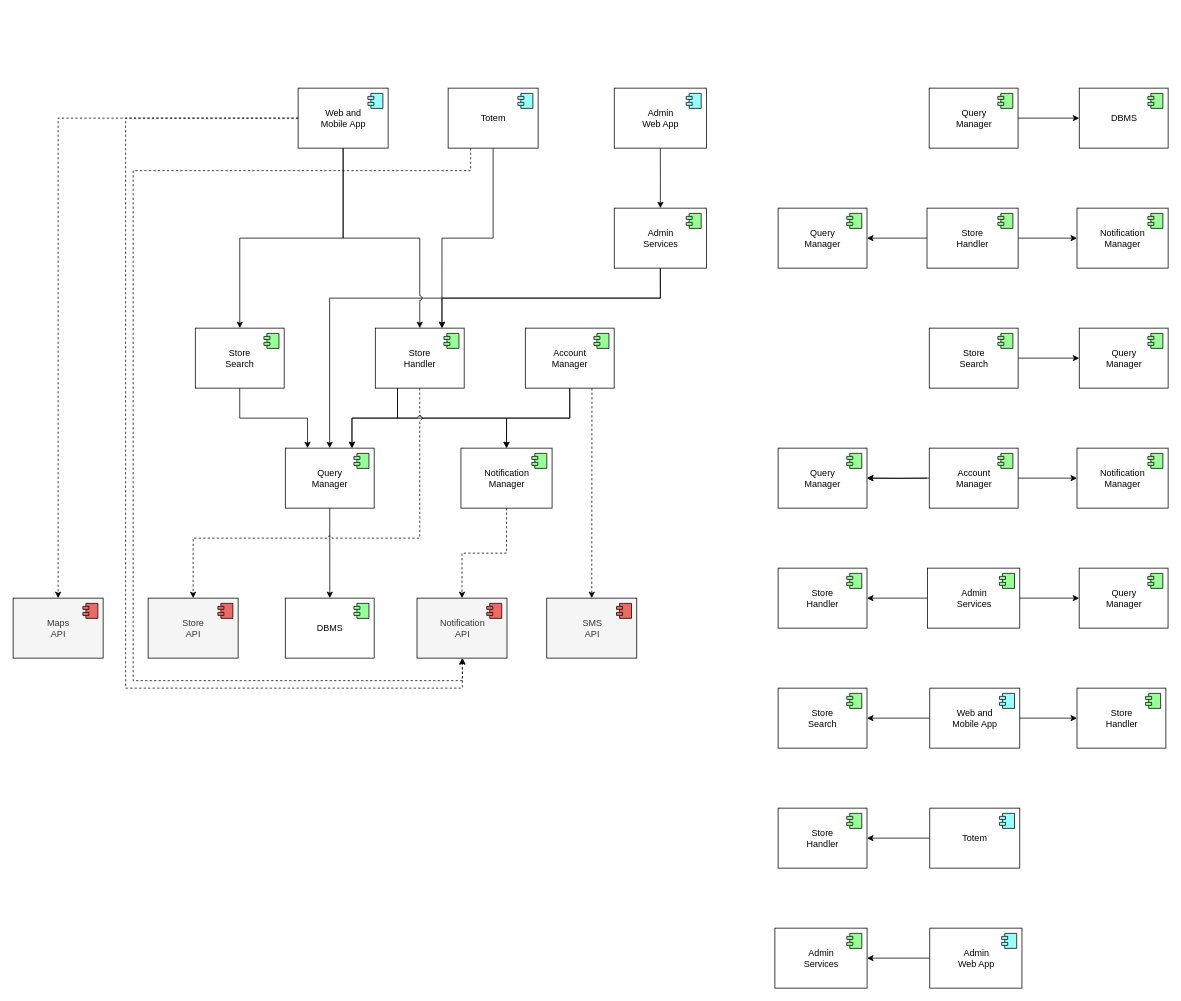
The draw.io diagram DD/images/draw.io/integration_and_testing.drawio in andreafra/Software-Engineering-2-Project-2021, before the edit. Source tidied: cells renumbered, new cells numbered last; positions are measured from the earlier drawing's top-left corner, leaving out a move shared by most shapes. Both pictures are drawn from the tidied source at 75%, with x=0, y=0 at pixel (13, 88).
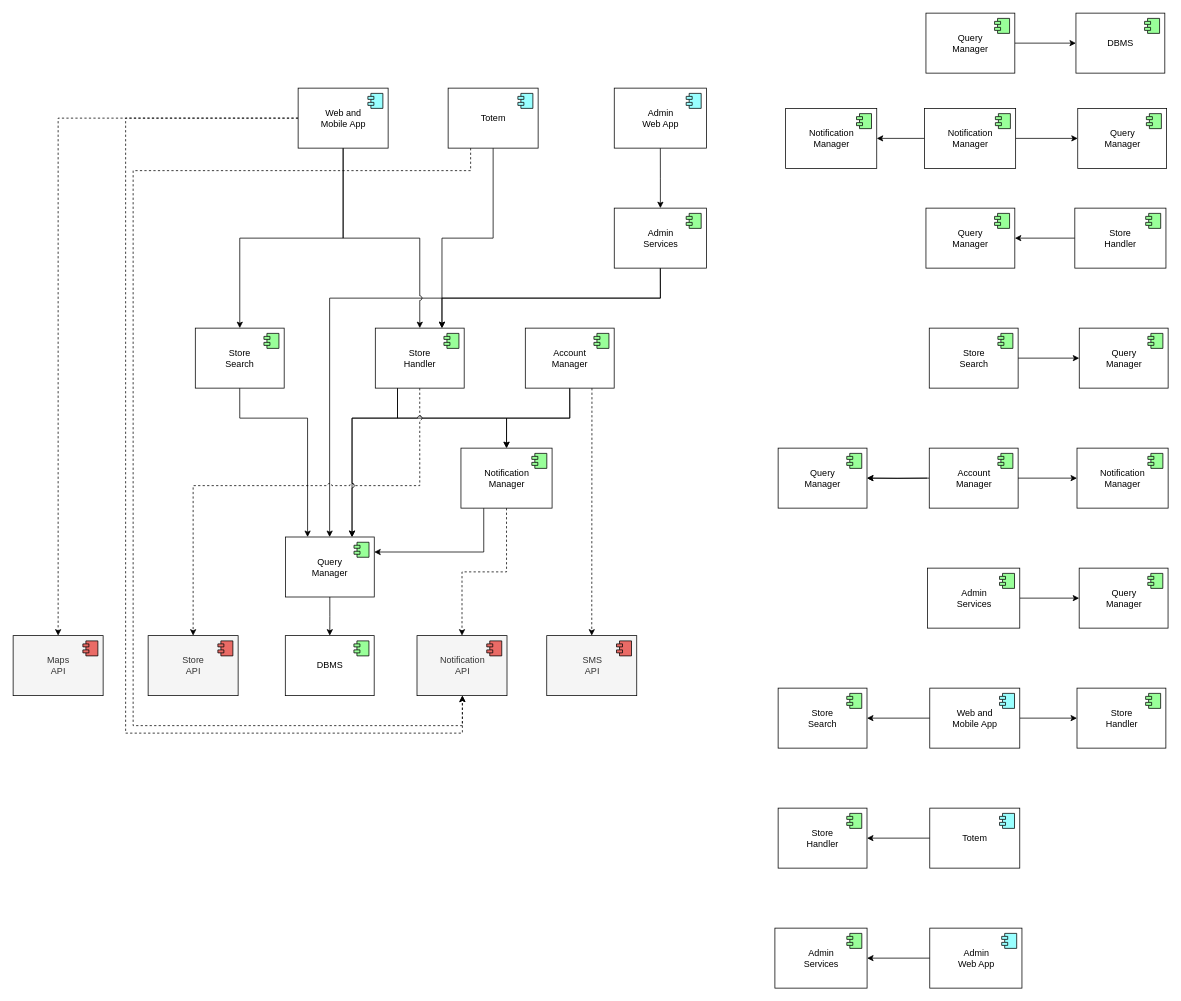
Above is the later version.

Commit message (it also covers changes not shown here):
Add mockups for totem and admin Fix implementation diagrams

Unchanged cells that the change refers to:
```xml
<mxCell id="14" value="Store&lt;br&gt;Handler" style="html=1;" parent="1" vertex="1">
  <mxGeometry x="482.9" y="320" width="118.5" height="80" as="geometry" />
</mxCell>
<mxCell id="25" value="Notification&lt;br&gt;Manager" style="html=1;" parent="1" vertex="1">
  <mxGeometry x="597.1" y="480" width="121.5" height="80" as="geometry" />
</mxCell>
<mxCell id="62" value="Admin&lt;br&gt;Services" style="html=1;" parent="1" vertex="1">
  <mxGeometry x="1219.3" y="640" width="122.9" height="80" as="geometry" />
</mxCell>
<mxCell id="72" value="Web and&lt;br&gt;Mobile App" style="html=1;" parent="1" vertex="1">
  <mxGeometry x="380" width="120" height="80" as="geometry" />
</mxCell>
<mxCell id="76" value="Totem" style="html=1;" parent="1" vertex="1">
  <mxGeometry x="580" width="120" height="80" as="geometry" />
</mxCell>
```

Diff of the diagram source:
```diff
@@
     <mxCell id="3" value="Query&lt;br&gt;Manager" style="html=1;" parent="1" vertex="1">
-      <mxGeometry x="362.9" y="480" width="118.5" height="80" as="geometry" />
+      <mxGeometry x="363" y="598.5" width="118.5" height="80" as="geometry" />
     </mxCell>
@@
     <mxCell id="5" value="DBMS" style="html=1;" parent="1" vertex="1">
-      <mxGeometry x="362.9" y="680" width="118.5" height="80" as="geometry" />
+      <mxGeometry x="362.9" y="730" width="118.5" height="80" as="geometry" />
     </mxCell>
@@
     <mxCell id="13" style="edgeStyle=orthogonalEdgeStyle;rounded=0;jumpStyle=arc;jettySize=auto;html=1;exitX=0.5;exitY=1;exitDx=0;exitDy=0;dashed=1;entryX=0.5;entryY=0;entryDx=0;entryDy=0;" parent="1" edge="1" source="14" target="29">
       <mxGeometry relative="1" as="geometry">
         <Array as="points">
-          <mxPoint x="542.5" y="600" />
-          <mxPoint x="240.4" y="600" />
-          <mxPoint x="240.4" y="680" />
+          <mxPoint x="542" y="530" />
+          <mxPoint x="240" y="530" />
         </Array>
       </mxGeometry>
     </mxCell>
@@
+    <mxCell id="101" style="edgeStyle=orthogonalEdgeStyle;rounded=0;jettySize=auto;html=1;exitX=0.25;exitY=1;exitDx=0;exitDy=0;entryX=1;entryY=0.25;entryDx=0;entryDy=0;" parent="1" edge="1" source="25" target="3">
+      <mxGeometry relative="1" as="geometry" />
+    </mxCell>
@@
     <mxCell id="27" value="Notification&lt;br&gt;API" style="html=1;fillColor=#f5f5f5;fontColor=#333333;" parent="1" vertex="1">
-      <mxGeometry x="538.5" y="680" width="120" height="80" as="geometry" />
+      <mxGeometry x="538.5" y="730" width="120" height="80" as="geometry" />
     </mxCell>
@@
     <mxCell id="29" value="Store&lt;br&gt;API" style="html=1;fillColor=#f5f5f5;fontColor=#333333;" parent="1" vertex="1">
-      <mxGeometry x="180" y="680" width="120" height="80" as="geometry" />
+      <mxGeometry x="180" y="730" width="120" height="80" as="geometry" />
     </mxCell>
@@
     <mxCell id="31" value="SMS&lt;br&gt;API" style="html=1;fillColor=#f5f5f5;fontColor=#333333;" parent="1" vertex="1">
-      <mxGeometry x="711.5" y="680" width="120" height="80" as="geometry" />
+      <mxGeometry x="711.5" y="730" width="120" height="80" as="geometry" />
     </mxCell>
@@
     <mxCell id="34" value="Query&lt;br&gt;Manager" style="html=1;" parent="1" vertex="1">
-      <mxGeometry x="1221.4" width="118.5" height="80" as="geometry" />
+      <mxGeometry x="1217.1" y="-100" width="118.5" height="80" as="geometry" />
     </mxCell>
@@
     <mxCell id="36" value="DBMS" style="html=1;" parent="1" vertex="1">
-      <mxGeometry x="1421.5" width="118.5" height="80" as="geometry" />
+      <mxGeometry x="1417.1" y="-100" width="118.5" height="80" as="geometry" />
     </mxCell>
@@
-    <mxCell id="39" style="edgeStyle=orthogonalEdgeStyle;rounded=0;jettySize=auto;html=1;exitX=1;exitY=0.5;exitDx=0;exitDy=0;" parent="1" edge="1" source="40" target="44">
-      <mxGeometry relative="1" as="geometry" />
-    </mxCell>
     <mxCell id="40" value="Store&lt;br&gt;Handler" style="html=1;" parent="1" vertex="1">
-      <mxGeometry x="1218.5" y="160" width="121.5" height="80" as="geometry" />
+      <mxGeometry x="1415.6" y="160" width="121.5" height="80" as="geometry" />
     </mxCell>
@@
     <mxCell id="42" value="Query&lt;br&gt;Manager" style="html=1;" parent="1" vertex="1">
-      <mxGeometry x="1020" y="160" width="118.5" height="80" as="geometry" />
+      <mxGeometry x="1217.1" y="160" width="118.5" height="80" as="geometry" />
     </mxCell>
@@
-    <mxCell id="44" value="Notification&lt;br&gt;Manager" style="html=1;" parent="1" vertex="1">
-      <mxGeometry x="1418.5" y="160" width="121.5" height="80" as="geometry" />
-    </mxCell>
-    <mxCell id="45" style="shape=module;jettyWidth=8;jettyHeight=4;fillColor=#99FF99;" parent="44" vertex="1">
-      <mxGeometry x="1" width="20" height="20" relative="1" as="geometry">
-        <mxPoint x="-27" y="7" as="offset" />
-      </mxGeometry>
-    </mxCell>
@@
-    <mxCell id="60" style="edgeStyle=orthogonalEdgeStyle;rounded=0;jettySize=auto;html=1;exitX=0;exitY=0.5;exitDx=0;exitDy=0;" parent="1" edge="1" source="62" target="64">
-      <mxGeometry relative="1" as="geometry" />
-    </mxCell>
@@
-    <mxCell id="64" value="Store&lt;br&gt;Handler" style="html=1;" parent="1" vertex="1">
-      <mxGeometry x="1020" y="640" width="118.5" height="80" as="geometry" />
-    </mxCell>
-    <mxCell id="65" style="shape=module;jettyWidth=8;jettyHeight=4;fillColor=#99FF99;" parent="64" vertex="1">
-      <mxGeometry x="1" width="20" height="20" relative="1" as="geometry">
-        <mxPoint x="-27" y="7" as="offset" />
-      </mxGeometry>
-    </mxCell>
@@
     <mxCell id="71" style="edgeStyle=orthogonalEdgeStyle;rounded=0;jettySize=auto;html=1;exitX=0;exitY=0.5;exitDx=0;exitDy=0;dashed=1;" parent="1" edge="1" source="72" target="27">
       <mxGeometry relative="1" as="geometry">
         <Array as="points">
           <mxPoint x="150" y="40" />
-          <mxPoint x="150" y="800" />
-          <mxPoint x="599" y="800" />
+          <mxPoint x="150" y="860" />
+          <mxPoint x="599" y="860" />
         </Array>
       </mxGeometry>
     </mxCell>
@@
     <mxCell id="75" style="edgeStyle=orthogonalEdgeStyle;rounded=0;jettySize=auto;html=1;exitX=0.25;exitY=1;exitDx=0;exitDy=0;dashed=1;" parent="1" edge="1" source="76" target="27">
       <mxGeometry relative="1" as="geometry">
         <Array as="points">
           <mxPoint x="610" y="110" />
           <mxPoint x="160" y="110" />
-          <mxPoint x="160" y="790" />
-          <mxPoint x="599" y="790" />
+          <mxPoint x="160" y="850" />
+          <mxPoint x="599" y="850" />
         </Array>
       </mxGeometry>
     </mxCell>
@@
     <mxCell id="81" value="Maps&lt;br&gt;API" style="html=1;fillColor=#f5f5f5;fontColor=#333333;" parent="1" vertex="1">
-      <mxGeometry y="680" width="120" height="80" as="geometry" />
+      <mxGeometry y="730" width="120" height="80" as="geometry" />
     </mxCell>
@@
+    <mxCell id="102" value="Query&lt;br&gt;Manager" style="html=1;" parent="1" vertex="1">
+      <mxGeometry x="1419.5" y="27" width="118.5" height="80" as="geometry" />
+    </mxCell>
+    <mxCell id="103" style="shape=module;jettyWidth=8;jettyHeight=4;fillColor=#99FF99;" parent="102" vertex="1">
+      <mxGeometry x="1" width="20" height="20" relative="1" as="geometry">
+        <mxPoint x="-27" y="7" as="offset" />
+      </mxGeometry>
+    </mxCell>
+    <mxCell id="104" style="edgeStyle=orthogonalEdgeStyle;rounded=0;jettySize=auto;html=1;exitX=1;exitY=0.5;exitDx=0;exitDy=0;" parent="1" edge="1" source="106" target="102">
+      <mxGeometry relative="1" as="geometry" />
+    </mxCell>
+    <mxCell id="105" style="edgeStyle=orthogonalEdgeStyle;rounded=0;jettySize=auto;html=1;exitX=0;exitY=0.5;exitDx=0;exitDy=0;" parent="1" edge="1" source="106" target="108">
+      <mxGeometry relative="1" as="geometry" />
+    </mxCell>
+    <mxCell id="106" value="Notification&lt;br&gt;Manager" style="html=1;" parent="1" vertex="1">
+      <mxGeometry x="1215.2" y="27" width="121.5" height="80" as="geometry" />
+    </mxCell>
+    <mxCell id="107" style="shape=module;jettyWidth=8;jettyHeight=4;fillColor=#99FF99;" parent="106" vertex="1">
+      <mxGeometry x="1" width="20" height="20" relative="1" as="geometry">
+        <mxPoint x="-27" y="7" as="offset" />
+      </mxGeometry>
+    </mxCell>
+    <mxCell id="108" value="Notification&lt;br&gt;Manager" style="html=1;" parent="1" vertex="1">
+      <mxGeometry x="1030" y="27" width="121.5" height="80" as="geometry" />
+    </mxCell>
+    <mxCell id="109" style="shape=module;jettyWidth=8;jettyHeight=4;fillColor=#99FF99;" parent="108" vertex="1">
+      <mxGeometry x="1" width="20" height="20" relative="1" as="geometry">
+        <mxPoint x="-27" y="7" as="offset" />
+      </mxGeometry>
+    </mxCell>
```
